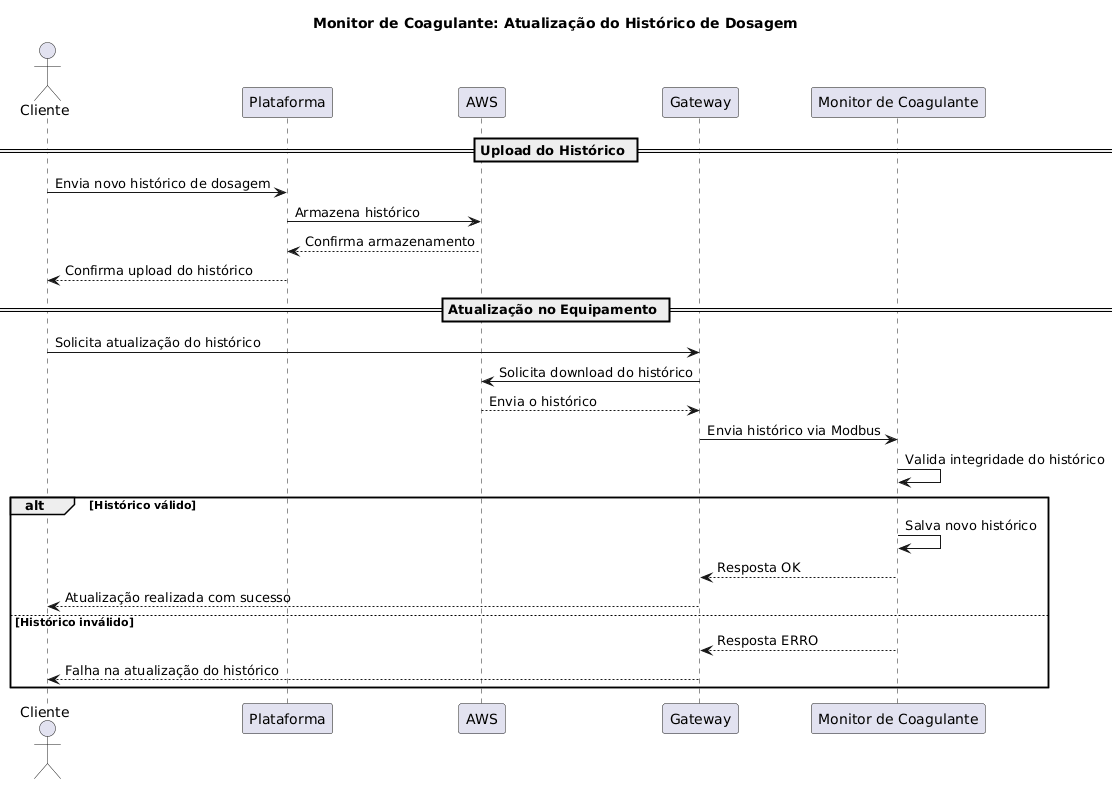
The PlantUML diagram Documentação Monitor/Histórico de Dosagem.png in Monique-HidroSolo/plantuml, before a commit.
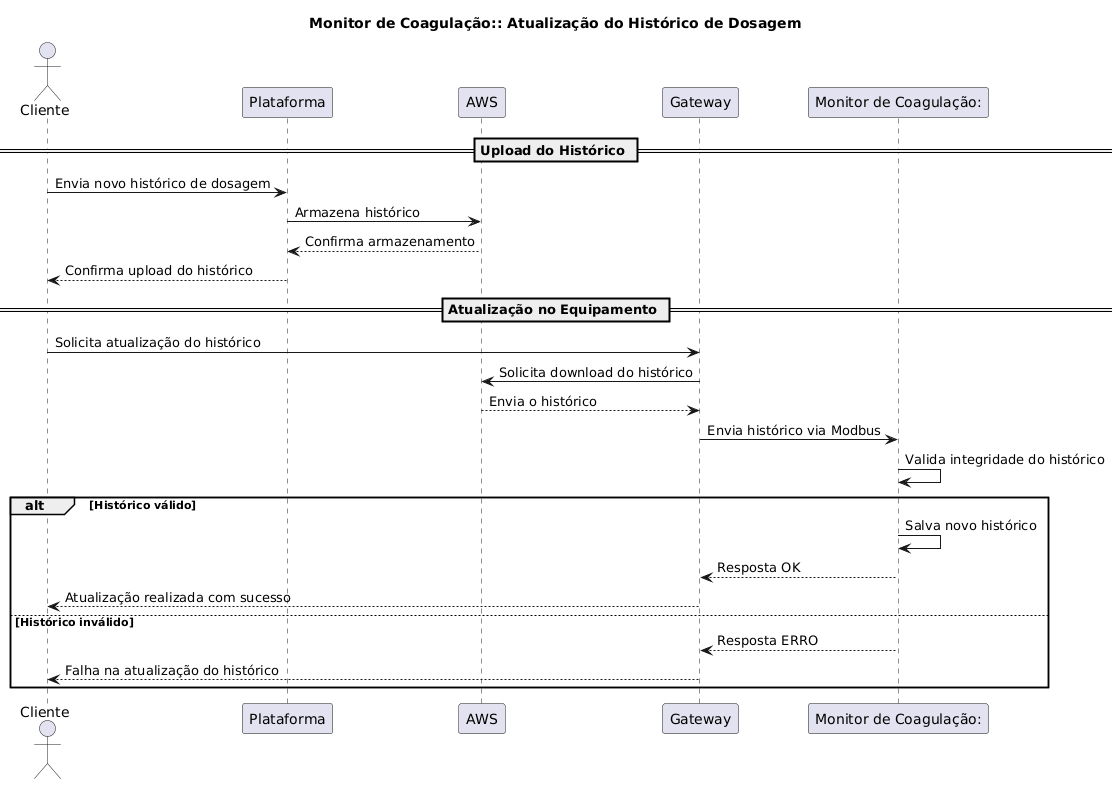
After the commit.

Change to the diagram source:
```diff
@@ -1,11 +1,11 @@
 @startuml
-title Monitor de Coagulante: Atualização do Histórico de Dosagem
+title Monitor de Coagulação:: Atualização do Histórico de Dosagem
 
 actor Cliente as C
 participant Plataforma as P
 participant AWS as AWS
 participant Gateway as GW
-participant "Monitor de Coagulante" as MC
+participant "Monitor de Coagulação:" as MC
 
 == Upload do Histórico ==
 C -> P: Envia novo histórico de dosagem
```
